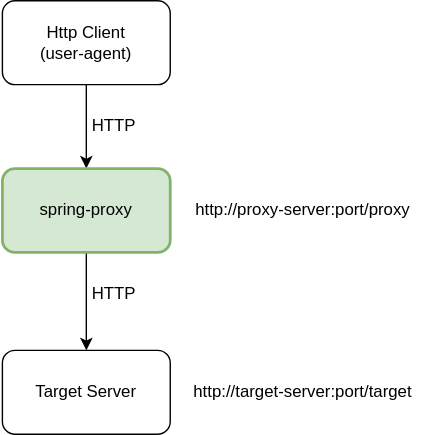
This is spring-proxy/docs/architecture-proxy.svg from jveverka/spring-examples, a draw.io export, as it was before one commit. Source tidied: cells renumbered, new cells last; positions are measured from the earlier drawing's top-left corner, leaving out a move shared by most shapes. Source of this version:
```xml
<mxGraphModel>
  <root>
    <mxCell id="0" />
    <mxCell id="1" parent="0" />
    <mxCell id="2" style="edgeStyle=orthogonalEdgeStyle;rounded=0;jettySize=auto;html=1;" parent="1" edge="1" source="3" target="5">
      <mxGeometry relative="1" as="geometry" />
    </mxCell>
    <mxCell id="3" value="Http Client&lt;br&gt;(user-agent)" style="rounded=1;whiteSpace=wrap;html=1;" parent="1" vertex="1">
      <mxGeometry width="120" height="60" as="geometry" />
    </mxCell>
    <mxCell id="4" style="edgeStyle=orthogonalEdgeStyle;rounded=0;jettySize=auto;html=1;" parent="1" edge="1" source="5" target="6">
      <mxGeometry relative="1" as="geometry" />
    </mxCell>
    <mxCell id="5" value="spring-proxy" style="rounded=1;whiteSpace=wrap;html=1;strokeWidth=2;fillColor=#d5e8d4;strokeColor=#82b366;" parent="1" vertex="1">
      <mxGeometry y="120" width="120" height="60" as="geometry" />
    </mxCell>
    <mxCell id="6" value="Target Server" style="rounded=1;whiteSpace=wrap;html=1;" parent="1" vertex="1">
      <mxGeometry y="250" width="120" height="60" as="geometry" />
    </mxCell>
    <mxCell id="7" value="HTTP" style="text;html=1;strokeColor=none;fillColor=none;align=center;verticalAlign=middle;whiteSpace=wrap;rounded=0;" parent="1" vertex="1">
      <mxGeometry x="60" y="80" width="40" height="20" as="geometry" />
    </mxCell>
    <mxCell id="8" value="HTTP" style="text;html=1;strokeColor=none;fillColor=none;align=center;verticalAlign=middle;whiteSpace=wrap;rounded=0;" parent="1" vertex="1">
      <mxGeometry x="60" y="200" width="40" height="20" as="geometry" />
    </mxCell>
    <mxCell id="9" value="http://proxy-server:port/proxy" style="text;html=1;strokeColor=none;fillColor=none;align=center;verticalAlign=middle;whiteSpace=wrap;rounded=0;" parent="1" vertex="1">
      <mxGeometry x="120" y="140" width="190" height="20" as="geometry" />
    </mxCell>
    <mxCell id="10" value="http://target-server:port/target" style="text;html=1;strokeColor=none;fillColor=none;align=center;verticalAlign=middle;whiteSpace=wrap;rounded=0;" parent="1" vertex="1">
      <mxGeometry x="120" y="270" width="190" height="20" as="geometry" />
    </mxCell>
  </root>
</mxGraphModel>
```
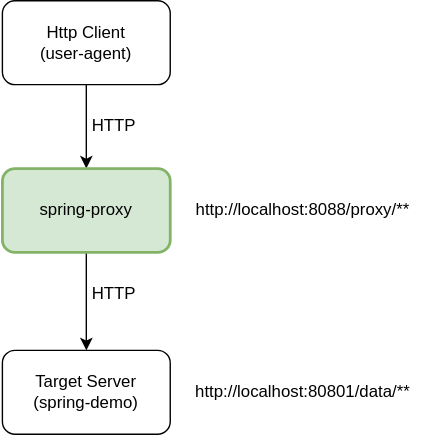
Above is the later version.

Diff of the diagram source:
```diff
@@ -14,7 +14,7 @@
     <mxCell id="5" value="spring-proxy" style="rounded=1;whiteSpace=wrap;html=1;strokeWidth=2;fillColor=#d5e8d4;strokeColor=#82b366;" parent="1" vertex="1">
       <mxGeometry y="120" width="120" height="60" as="geometry" />
     </mxCell>
-    <mxCell id="6" value="Target Server" style="rounded=1;whiteSpace=wrap;html=1;" parent="1" vertex="1">
+    <mxCell id="6" value="Target Server&lt;br&gt;(spring-demo)" style="rounded=1;whiteSpace=wrap;html=1;" parent="1" vertex="1">
       <mxGeometry y="250" width="120" height="60" as="geometry" />
     </mxCell>
     <mxCell id="7" value="HTTP" style="text;html=1;strokeColor=none;fillColor=none;align=center;verticalAlign=middle;whiteSpace=wrap;rounded=0;" parent="1" vertex="1">
@@ -23,10 +23,10 @@
     <mxCell id="8" value="HTTP" style="text;html=1;strokeColor=none;fillColor=none;align=center;verticalAlign=middle;whiteSpace=wrap;rounded=0;" parent="1" vertex="1">
       <mxGeometry x="60" y="200" width="40" height="20" as="geometry" />
     </mxCell>
-    <mxCell id="9" value="http://proxy-server:port/proxy" style="text;html=1;strokeColor=none;fillColor=none;align=center;verticalAlign=middle;whiteSpace=wrap;rounded=0;" parent="1" vertex="1">
+    <mxCell id="9" value="http://localhost:8088/proxy/**" style="text;html=1;strokeColor=none;fillColor=none;align=center;verticalAlign=middle;whiteSpace=wrap;rounded=0;" parent="1" vertex="1">
       <mxGeometry x="120" y="140" width="190" height="20" as="geometry" />
     </mxCell>
-    <mxCell id="10" value="http://target-server:port/target" style="text;html=1;strokeColor=none;fillColor=none;align=center;verticalAlign=middle;whiteSpace=wrap;rounded=0;" parent="1" vertex="1">
+    <mxCell id="10" value="http://localhost:80801/data/**" style="text;html=1;strokeColor=none;fillColor=none;align=center;verticalAlign=middle;whiteSpace=wrap;rounded=0;" parent="1" vertex="1">
       <mxGeometry x="120" y="270" width="190" height="20" as="geometry" />
     </mxCell>
   </root>
```
